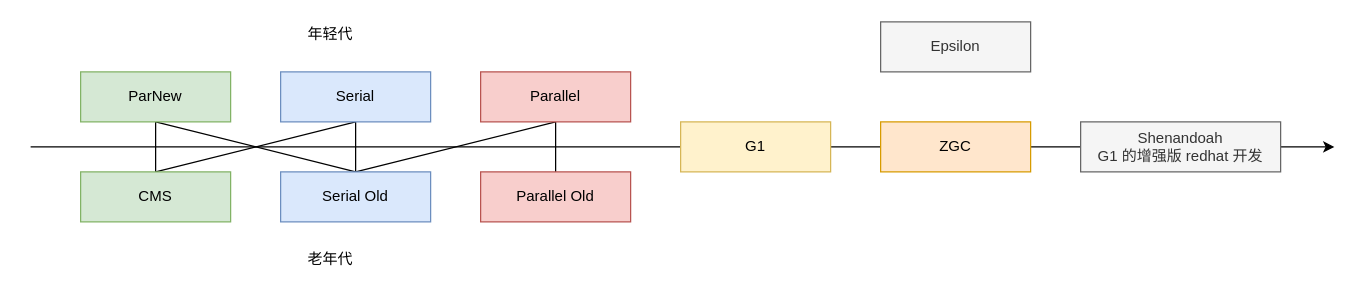
The draw.io diagram page "垃圾收集器" (2 of 2) of Java/JVM.drawio in wubinglong9716/NoteBook, before the edit. Source tidied: cells renumbered, new cells numbered last; positions are measured from the earlier drawing's top-left corner, leaving out a move shared by most shapes. Both pictures are drawn from the tidied source at 125%, with x=0, y=0 at pixel (30, 21).
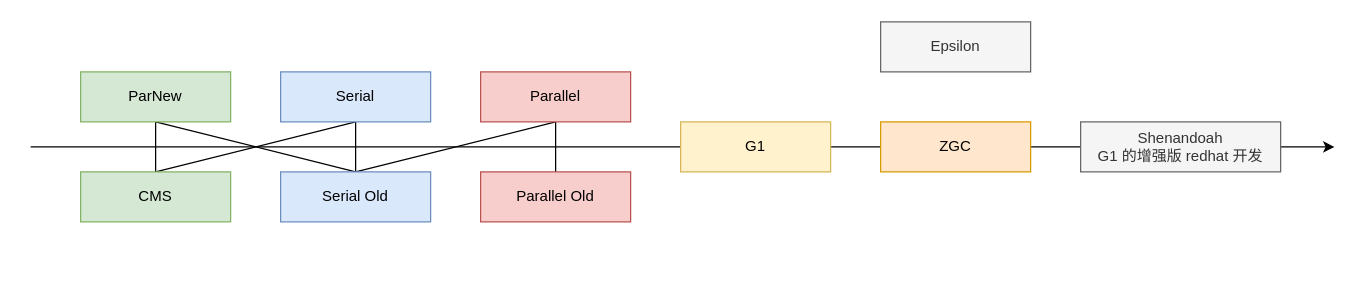
After the change.

Diff of the diagram source:
```diff
@@
-    <mxCell id="19" value="年轻代" style="text;html=1;strokeColor=none;fillColor=none;align=center;verticalAlign=middle;whiteSpace=wrap;rounded=0;" parent="1" vertex="1">
-      <mxGeometry x="220" width="40" height="20" as="geometry" />
-    </mxCell>
-    <mxCell id="20" value="老年代" style="text;html=1;strokeColor=none;fillColor=none;align=center;verticalAlign=middle;whiteSpace=wrap;rounded=0;" parent="1" vertex="1">
-      <mxGeometry x="220" y="180" width="40" height="20" as="geometry" />
-    </mxCell>
```
